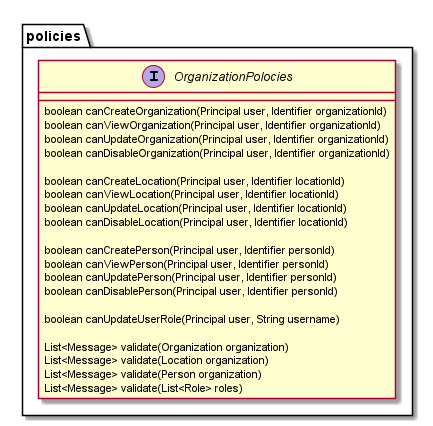
Above: crm/uml/images/policies.png in magex9/apis (PlantUML), before the change. Source of this version:
```plantuml
@startuml

package "policies" {

    interface OrganizationPolocies {
        boolean canCreateOrganization(Principal user, Identifier organizationId)
        boolean canViewOrganization(Principal user, Identifier organizationId)
        boolean canUpdateOrganization(Principal user, Identifier organizationId)
        boolean canDisableOrganization(Principal user, Identifier organizationId)

        boolean canCreateLocation(Principal user, Identifier locationId)
        boolean canViewLocation(Principal user, Identifier locationId)
        boolean canUpdateLocation(Principal user, Identifier locationId)
        boolean canDisableLocation(Principal user, Identifier locationId)

        boolean canCreatePerson(Principal user, Identifier personId)
        boolean canViewPerson(Principal user, Identifier personId)
        boolean canUpdatePerson(Principal user, Identifier personId)
        boolean canDisablePerson(Principal user, Identifier personId)

        boolean canUpdateUserRole(Principal user, String username)

        List<Message> validate(Organization organization)
        List<Message> validate(Location organization)
        List<Message> validate(Person organization)
        List<Message> validate(List<Role> roles)
    }

}

@enduml
```
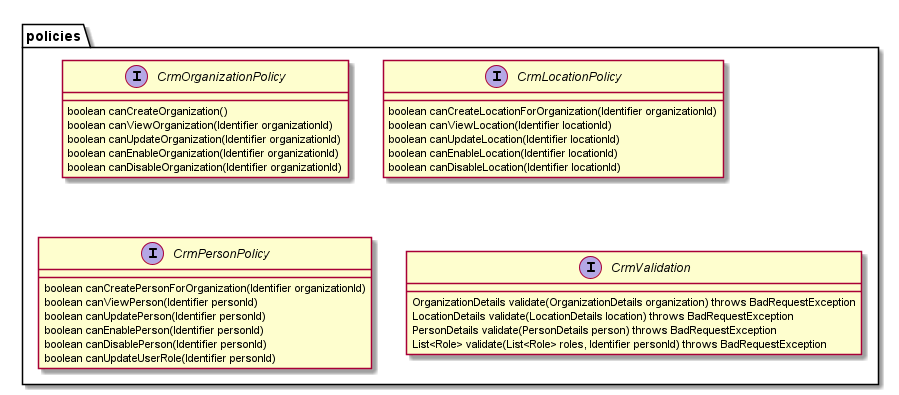
After the change.

What changed in the source:
```diff
@@ -2,28 +2,36 @@
 
 package "policies" {
 
-    interface OrganizationPolocies {
-        boolean canCreateOrganization(Principal user, Identifier organizationId)
-        boolean canViewOrganization(Principal user, Identifier organizationId)
-        boolean canUpdateOrganization(Principal user, Identifier organizationId)
-        boolean canDisableOrganization(Principal user, Identifier organizationId)
+    interface CrmOrganizationPolicy {
+        boolean canCreateOrganization()
+        boolean canViewOrganization(Identifier organizationId)
+        boolean canUpdateOrganization(Identifier organizationId)
+        boolean canEnableOrganization(Identifier organizationId)
+        boolean canDisableOrganization(Identifier organizationId)
+    }
 
-        boolean canCreateLocation(Principal user, Identifier locationId)
-        boolean canViewLocation(Principal user, Identifier locationId)
-        boolean canUpdateLocation(Principal user, Identifier locationId)
-        boolean canDisableLocation(Principal user, Identifier locationId)
+    interface CrmLocationPolicy {
+        boolean canCreateLocationForOrganization(Identifier organizationId)
+        boolean canViewLocation(Identifier locationId)
+        boolean canUpdateLocation(Identifier locationId)
+        boolean canEnableLocation(Identifier locationId)
+        boolean canDisableLocation(Identifier locationId)
+    }
 
-        boolean canCreatePerson(Principal user, Identifier personId)
-        boolean canViewPerson(Principal user, Identifier personId)
-        boolean canUpdatePerson(Principal user, Identifier personId)
-        boolean canDisablePerson(Principal user, Identifier personId)
+    interface CrmPersonPolicy {
+        boolean canCreatePersonForOrganization(Identifier organizationId)
+        boolean canViewPerson(Identifier personId)
+        boolean canUpdatePerson(Identifier personId)
+        boolean canEnablePerson(Identifier personId)
+        boolean canDisablePerson(Identifier personId)
+        boolean canUpdateUserRole(Identifier personId)
+    }
 
-        boolean canUpdateUserRole(Principal user, String username)
-
-        List<Message> validate(Organization organization)
-        List<Message> validate(Location organization)
-        List<Message> validate(Person organization)
-        List<Message> validate(List<Role> roles)
+    interface CrmValidation {
+        OrganizationDetails validate(OrganizationDetails organization) throws BadRequestException
+        LocationDetails validate(LocationDetails location) throws BadRequestException
+        PersonDetails validate(PersonDetails person) throws BadRequestException
+        List<Role> validate(List<Role> roles, Identifier personId) throws BadRequestException
     }
 
 }
```
